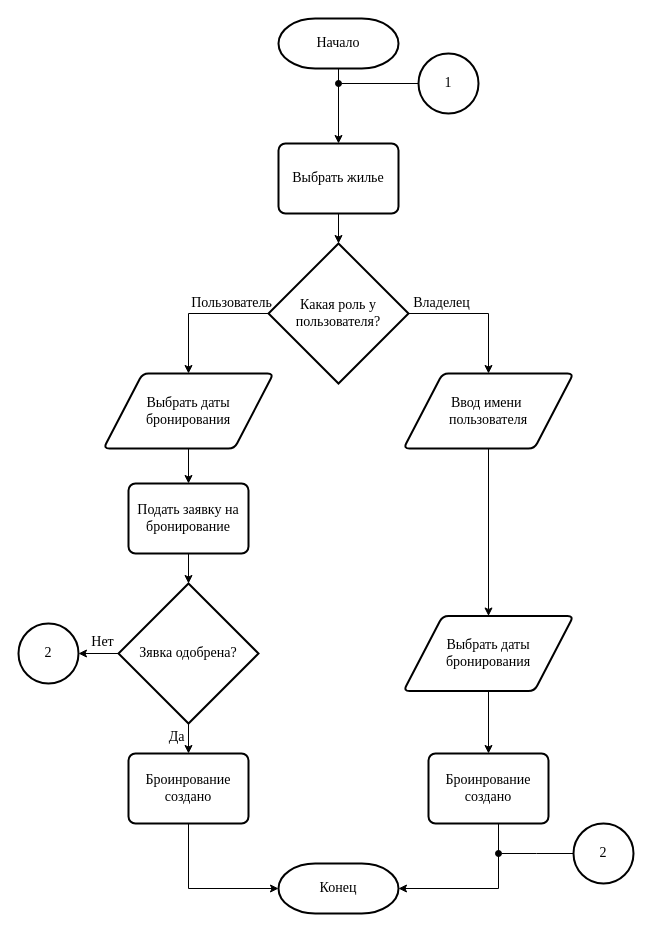
This is KURSACH/Алгоритм бронирования жилья.drawio from Slnpa/Diplom, a draw.io file, before an edit. Source tidied: cells renumbered, new cells numbered last; positions are measured from the earlier drawing's top-left corner, leaving out a move shared by most shapes. Both pictures are drawn from the tidied source at 100%, with x=0, y=0 at pixel (18, 18).
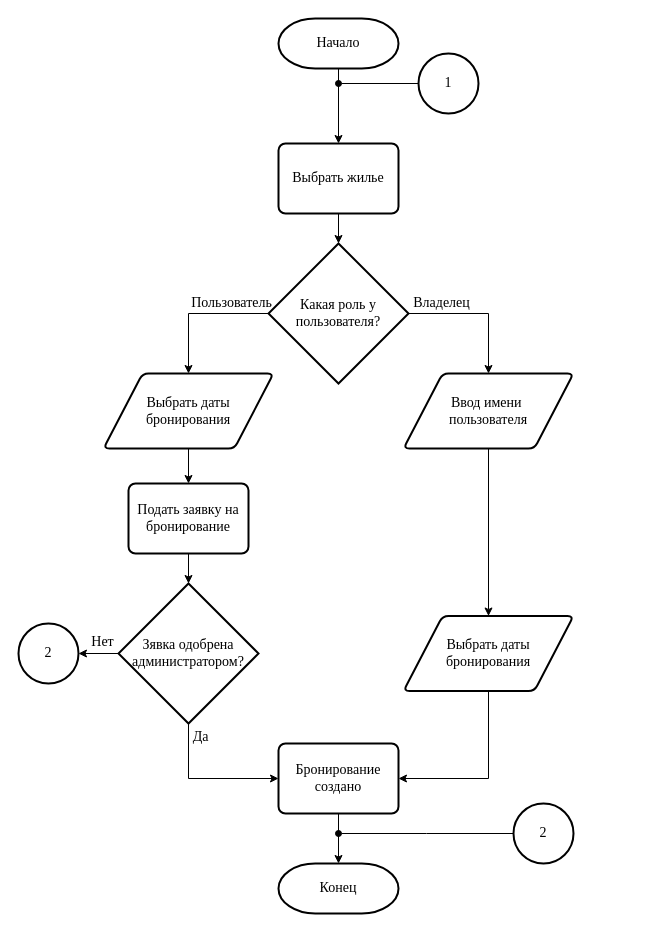
The same page after the edit.

Unchanged cells that the change refers to:
```xml
<mxCell id="27" value="Конец" style="strokeWidth=2;html=1;shape=mxgraph.flowchart.terminator;whiteSpace=wrap;fontFamily=Times New Roman;fontSize=14;" parent="1" vertex="1">
  <mxGeometry x="260" y="845" width="120" height="50" as="geometry" />
</mxCell>
<mxCell id="29" value="Выбрать даты&lt;div&gt;бронирования&lt;/div&gt;" style="shape=parallelogram;html=1;strokeWidth=2;perimeter=parallelogramPerimeter;whiteSpace=wrap;rounded=1;arcSize=12;size=0.23;fontFamily=Times New Roman;fontSize=14;" parent="1" vertex="1">
  <mxGeometry x="385" y="597.5" width="170" height="75" as="geometry" />
</mxCell>
```

Change to the diagram source:
```diff
@@
     <mxCell id="21" style="edgeStyle=orthogonalEdgeStyle;rounded=0;jettySize=auto;html=1;fontFamily=Times New Roman;fontSize=14;" parent="1" edge="1" source="23" target="26">
-      <mxGeometry relative="1" as="geometry" />
+      <mxGeometry relative="1" as="geometry">
+        <Array as="points">
+          <mxPoint x="170" y="760" />
+        </Array>
+      </mxGeometry>
     </mxCell>
     <mxCell id="22" value="Да" style="edgeLabel;html=1;align=center;verticalAlign=middle;fontFamily=Times New Roman;fontSize=14;" parent="21" vertex="1">
       <mxGeometry x="0.32" y="1" relative="1" as="geometry">
-        <mxPoint x="-14" as="offset" />
+        <mxPoint x="-30" y="-41" as="offset" />
       </mxGeometry>
     </mxCell>
-    <mxCell id="23" value="Зявка одобрена?" style="strokeWidth=2;html=1;shape=mxgraph.flowchart.decision;whiteSpace=wrap;fontFamily=Times New Roman;fontSize=14;align=center;verticalAlign=middle;" parent="1" vertex="1">
+    <mxCell id="23" value="Зявка одобрена администратором?" style="strokeWidth=2;html=1;shape=mxgraph.flowchart.decision;whiteSpace=wrap;fontFamily=Times New Roman;fontSize=14;align=center;verticalAlign=middle;" parent="1" vertex="1">
       <mxGeometry x="100" y="565" width="140" height="140" as="geometry" />
     </mxCell>
@@
-    <mxCell id="25" style="edgeStyle=orthogonalEdgeStyle;rounded=0;jettySize=auto;html=1;fontFamily=Times New Roman;fontSize=14;" parent="1" edge="1" source="26" target="27">
-      <mxGeometry relative="1" as="geometry">
-        <Array as="points">
-          <mxPoint x="170" y="870" />
-        </Array>
-      </mxGeometry>
+    <mxCell id="25" style="edgeStyle=orthogonalEdgeStyle;rounded=0;jettySize=auto;html=1;" parent="1" edge="1" source="26" target="27">
+      <mxGeometry relative="1" as="geometry" />
     </mxCell>
-    <mxCell id="26" value="Броинрование создано" style="rounded=1;whiteSpace=wrap;html=1;absoluteArcSize=1;arcSize=14;strokeWidth=2;fontFamily=Times New Roman;fontSize=14;" parent="1" vertex="1">
-      <mxGeometry x="110" y="735" width="120" height="70" as="geometry" />
+    <mxCell id="26" value="Бронирование создано" style="rounded=1;whiteSpace=wrap;html=1;absoluteArcSize=1;arcSize=14;strokeWidth=2;fontFamily=Times New Roman;fontSize=14;" parent="1" vertex="1">
+      <mxGeometry x="260" y="725" width="120" height="70" as="geometry" />
     </mxCell>
@@
-    <mxCell id="28" style="edgeStyle=orthogonalEdgeStyle;rounded=0;jettySize=auto;html=1;fontFamily=Times New Roman;fontSize=14;" parent="1" edge="1" source="29" target="31">
-      <mxGeometry relative="1" as="geometry" />
-    </mxCell>
+    <mxCell id="34" style="edgeStyle=orthogonalEdgeStyle;rounded=0;jettySize=auto;html=1;" parent="1" edge="1" source="29" target="26">
+      <mxGeometry relative="1" as="geometry">
+        <Array as="points">
+          <mxPoint x="470" y="760" />
+        </Array>
+      </mxGeometry>
+    </mxCell>
@@
-    <mxCell id="30" style="edgeStyle=orthogonalEdgeStyle;rounded=0;jettySize=auto;html=1;fontFamily=Times New Roman;fontSize=14;" parent="1" edge="1" source="31" target="27">
-      <mxGeometry relative="1" as="geometry">
-        <Array as="points">
-          <mxPoint x="480" y="870" />
-        </Array>
-      </mxGeometry>
-    </mxCell>
-    <mxCell id="31" value="Броинрование создано" style="rounded=1;whiteSpace=wrap;html=1;absoluteArcSize=1;arcSize=14;strokeWidth=2;fontFamily=Times New Roman;fontSize=14;" parent="1" vertex="1">
-      <mxGeometry x="410" y="735" width="120" height="70" as="geometry" />
-    </mxCell>
-    <mxCell id="32" style="edgeStyle=orthogonalEdgeStyle;rounded=0;jettySize=auto;html=1;endArrow=oval;endFill=1;fontFamily=Times New Roman;fontSize=14;" parent="1" edge="1" source="33">
-      <mxGeometry relative="1" as="geometry">
-        <mxPoint x="480" y="835" as="targetPoint" />
-      </mxGeometry>
-    </mxCell>
+    <mxCell id="35" style="edgeStyle=orthogonalEdgeStyle;rounded=0;jettySize=auto;html=1;endArrow=oval;endFill=1;" parent="1" edge="1" source="33">
+      <mxGeometry relative="1" as="geometry">
+        <mxPoint x="320" y="815" as="targetPoint" />
+      </mxGeometry>
+    </mxCell>
     <mxCell id="33" value="2" style="strokeWidth=2;html=1;shape=mxgraph.flowchart.start_2;whiteSpace=wrap;fontFamily=Times New Roman;fontSize=14;" parent="1" vertex="1">
-      <mxGeometry x="555" y="805" width="60" height="60" as="geometry" />
+      <mxGeometry x="495" y="785" width="60" height="60" as="geometry" />
     </mxCell>
```
